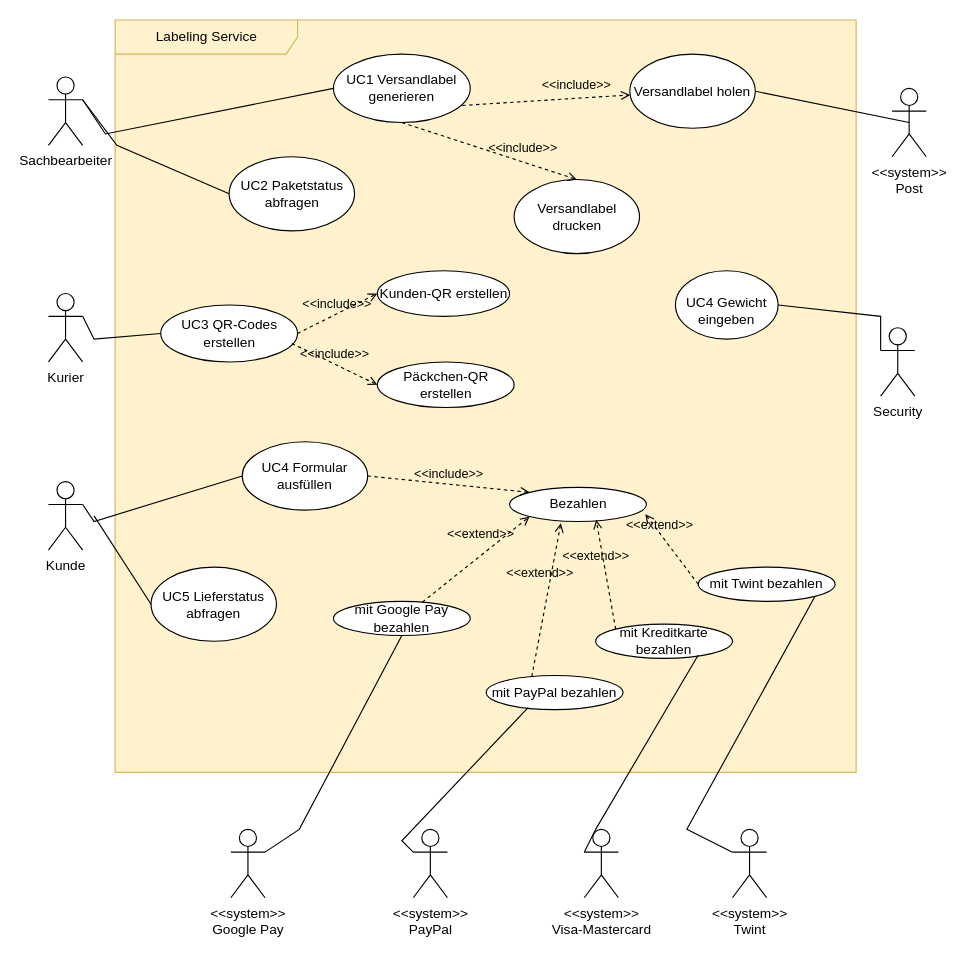
This is GOWSI_lb_use-case-big.drawio from ferreric/ffhs_swem, a draw.io file, before an edit. Source tidied: cells renumbered, new cells numbered last; positions are measured from the earlier drawing's top-left corner, leaving out a move shared by most shapes. Both pictures are drawn from the tidied source at 114%, with x=0, y=0 at pixel (48, 19).
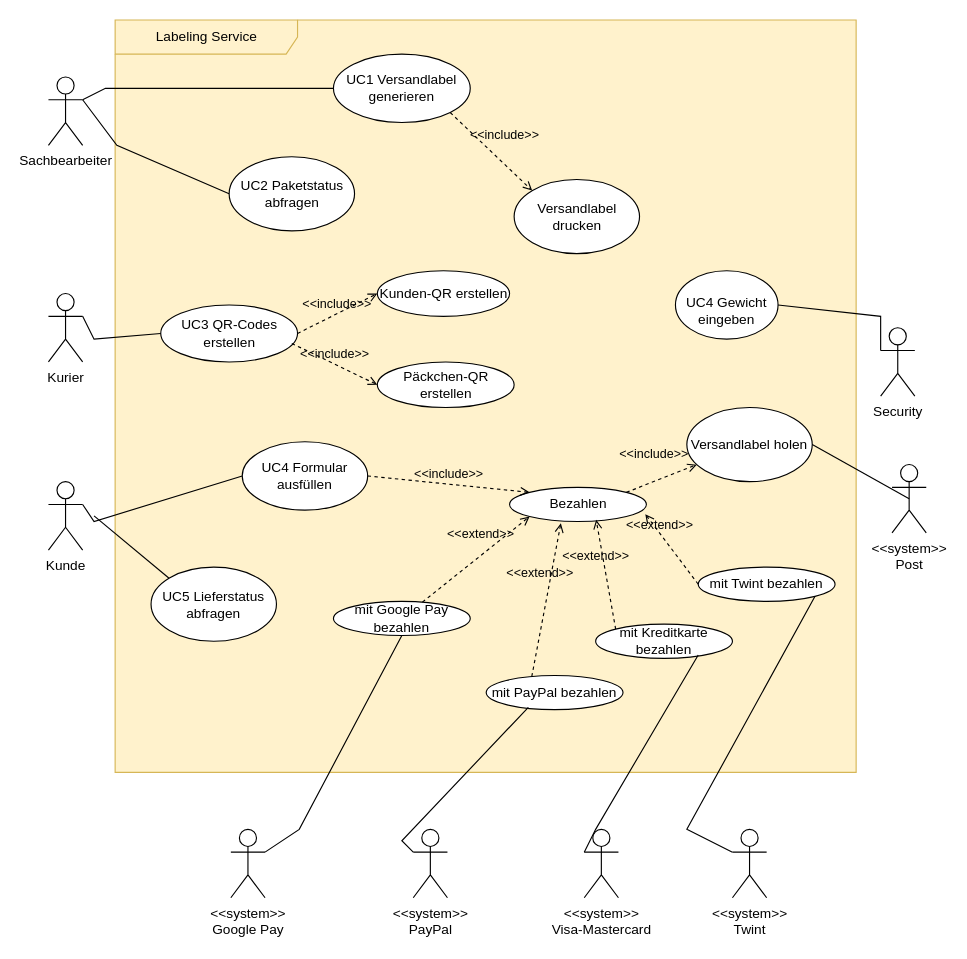
After the change.

Commit message:
GOWSI_lb_use-case-big.drawio post api replatziert

Unchanged cells that the change refers to:
```xml
<mxCell id="2" value="Labeling Service" style="shape=umlFrame;whiteSpace=wrap;html=1;width=160;fillStyle=auto;fillColor=#fff2cc;strokeColor=#d6b656;noLabel=0;gradientColor=none;swimlaneFillColor=#FFF2CC;" parent="1" vertex="1">
  <mxGeometry x="58.5" width="650" height="660" as="geometry" />
</mxCell>
<mxCell id="7" value="Bezahlen" style="ellipse;whiteSpace=wrap;html=1;" parent="2" vertex="1">
  <mxGeometry x="346" y="410" width="120" height="30" as="geometry" />
</mxCell>
<mxCell id="8" value="UC1 Versandlabel generieren" style="ellipse;whiteSpace=wrap;html=1;" parent="2" vertex="1">
  <mxGeometry x="191.5" y="30" width="120" height="60" as="geometry" />
</mxCell>
<mxCell id="23" value="Versandlabel drucken" style="ellipse;whiteSpace=wrap;html=1;dashed=0;" parent="2" vertex="1">
  <mxGeometry x="350" y="140" width="110" height="65" as="geometry" />
</mxCell>
<mxCell id="26" value="UC5 Lieferstatus abfragen" style="ellipse;whiteSpace=wrap;html=1;dashed=0;" parent="2" vertex="1">
  <mxGeometry x="31.5" y="480" width="110" height="65" as="geometry" />
</mxCell>
<mxCell id="27" value="Sachbearbeiter" style="shape=umlActor;verticalLabelPosition=bottom;verticalAlign=top;html=1;" parent="1" vertex="1">
  <mxGeometry y="50" width="30" height="60" as="geometry" />
</mxCell>
```

What changed in the source:
```diff
@@
     <mxCell id="4" value="Versandlabel holen" style="ellipse;whiteSpace=wrap;html=1;dashed=0;" parent="2" vertex="1">
-      <mxGeometry x="451.5" y="30" width="110" height="65" as="geometry" />
+      <mxGeometry x="501.5" y="340" width="110" height="65" as="geometry" />
     </mxCell>
@@
-    <mxCell id="10" value="&amp;lt;&amp;lt;include&amp;gt;&amp;gt;" style="html=1;verticalAlign=bottom;labelBackgroundColor=none;endArrow=open;endFill=0;dashed=1;rounded=0;exitX=0.942;exitY=0.75;exitDx=0;exitDy=0;exitPerimeter=0;" parent="2" edge="1" source="8" target="4">
-      <mxGeometry x="0.36" y="3" relative="1" as="geometry" />
+    <mxCell id="10" value="&amp;lt;&amp;lt;include&amp;gt;&amp;gt;" style="html=1;verticalAlign=bottom;labelBackgroundColor=none;endArrow=open;endFill=0;dashed=1;rounded=0;exitX=1;exitY=0;exitDx=0;exitDy=0;" parent="2" edge="1" source="7" target="4">
+      <mxGeometry x="-0.08" y="14" relative="1" as="geometry" />
     </mxCell>
@@
-    <mxCell id="24" value="&amp;lt;&amp;lt;include&amp;gt;&amp;gt;" style="html=1;verticalAlign=bottom;labelBackgroundColor=none;endArrow=open;endFill=0;dashed=1;rounded=0;exitX=0.5;exitY=1;exitDx=0;exitDy=0;entryX=0.5;entryY=0;entryDx=0;entryDy=0;" parent="2" edge="1" source="8" target="23">
-      <mxGeometry x="0.36" y="3" relative="1" as="geometry" />
+    <mxCell id="24" value="&amp;lt;&amp;lt;include&amp;gt;&amp;gt;" style="html=1;verticalAlign=bottom;labelBackgroundColor=none;endArrow=open;endFill=0;dashed=1;rounded=0;exitX=1;exitY=1;exitDx=0;exitDy=0;entryX=0;entryY=0;entryDx=0;entryDy=0;" parent="2" edge="1" source="8" target="23">
+      <mxGeometry x="0.09" y="12" relative="1" as="geometry" />
     </mxCell>
@@
     <mxCell id="32" value="&lt;div&gt;&amp;lt;&amp;lt;system&amp;gt;&amp;gt;&lt;/div&gt;&lt;div&gt;Post&lt;br&gt;&lt;/div&gt;" style="shape=umlActor;verticalLabelPosition=bottom;verticalAlign=top;html=1;" parent="1" vertex="1">
-      <mxGeometry x="740" y="60" width="30" height="60" as="geometry" />
+      <mxGeometry x="740" y="390" width="30" height="60" as="geometry" />
     </mxCell>
@@
     <mxCell id="34" style="endArrow=none;html=1;rounded=0;entryX=0;entryY=0.5;entryDx=0;entryDy=0;exitX=1;exitY=0.3333333333333333;exitDx=0;exitDy=0;exitPerimeter=0;" parent="1" edge="1" source="27" target="8">
       <mxGeometry relative="1" as="geometry">
         <Array as="points">
-          <mxPoint x="50" y="100" />
+          <mxPoint x="50" y="60" />
         </Array>
       </mxGeometry>
     </mxCell>
@@
-    <mxCell id="46" style="endArrow=none;html=1;rounded=0;entryX=0;entryY=0.5;entryDx=0;entryDy=0;exitX=1;exitY=0.3333333333333333;exitDx=0;exitDy=0;exitPerimeter=0;" parent="1" edge="1" target="26">
+    <mxCell id="46" style="endArrow=none;html=1;rounded=0;entryX=0;entryY=0;entryDx=0;entryDy=0;exitX=1;exitY=0.3333333333333333;exitDx=0;exitDy=0;exitPerimeter=0;" parent="1" edge="1" target="26">
       <mxGeometry relative="1" as="geometry">
         <mxPoint x="40" y="435" as="sourcePoint" />
       </mxGeometry>
     </mxCell>
```
